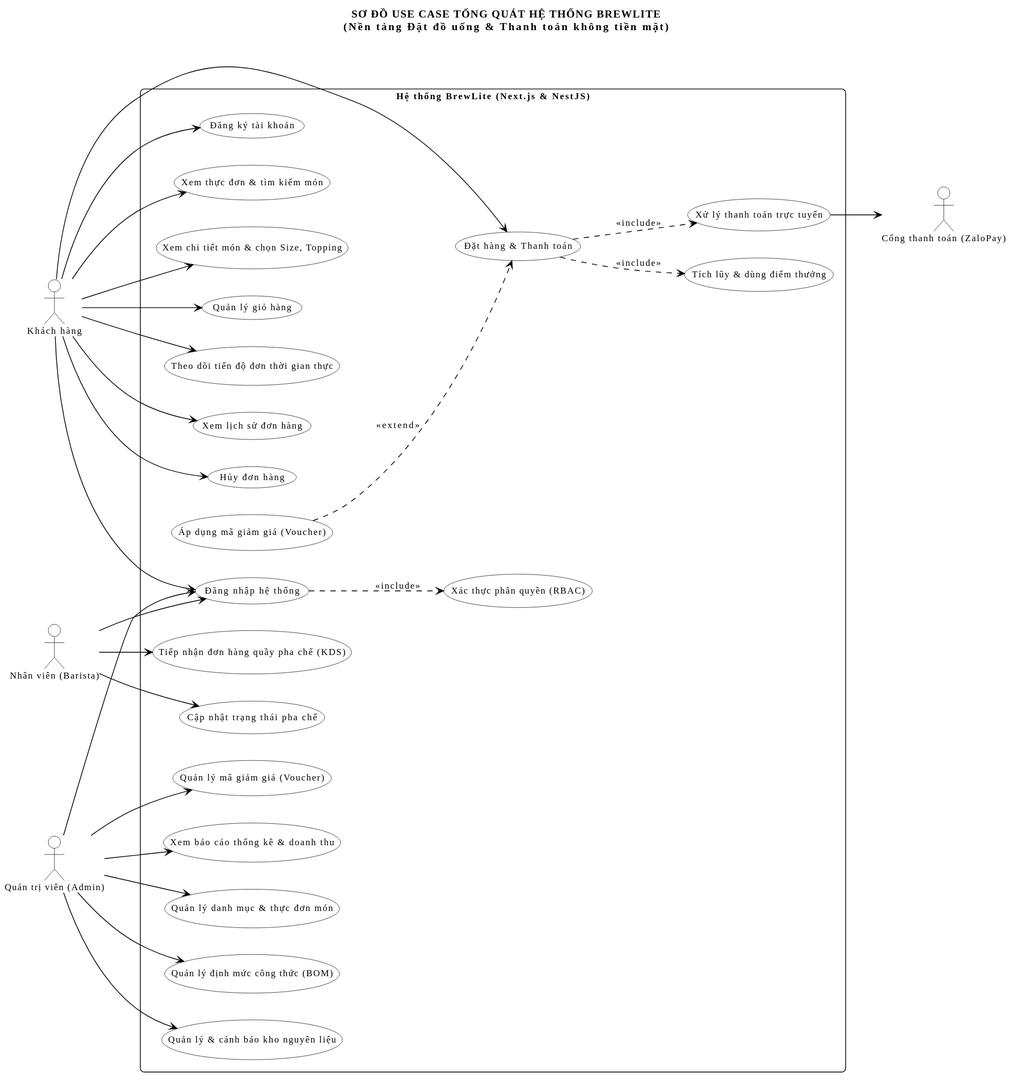
This is docs/diagrams/use-case.svg from MaGiaVy/BrewLite_project, a PlantUML export, as it was before one commit.
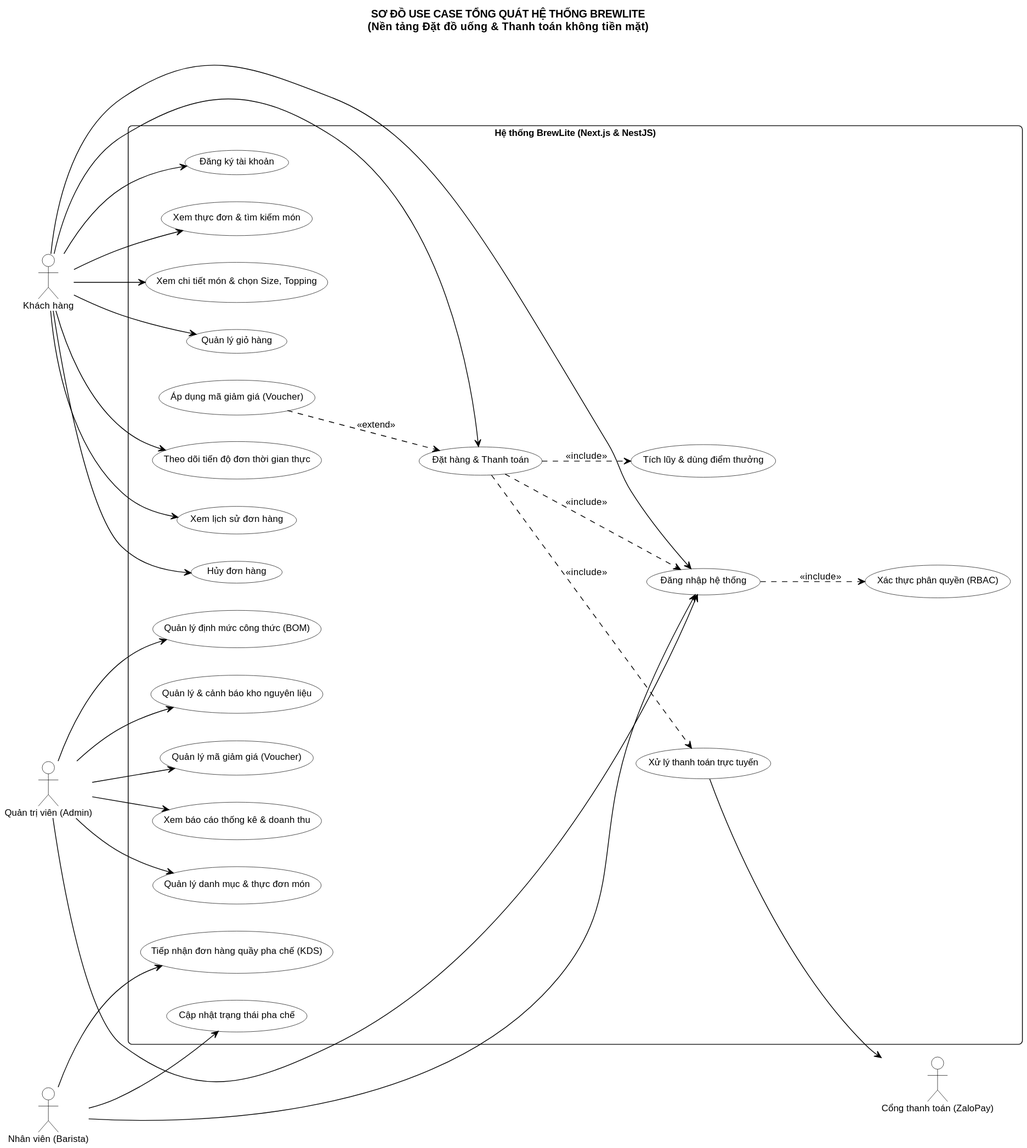
After the commit.

Commit message:
docs(use-case): bổ sung quan hệ include từ đặt hàng thanh toán sang đăng nhập hệ thống

Diff of the diagram source:
```diff
@@ -51,6 +51,7 @@
     usecase "Xem báo cáo thống kê & doanh thu" as UC_AdminReport
 
     UC_Login ..> UC_RBAC : <<include>>
+    UC_Checkout ..> UC_Login : <<include>>
     UC_Checkout ..> UC_Payment : <<include>>
     UC_Checkout ..> UC_Loyalty : <<include>>
     UC_Voucher ..> UC_Checkout : <<extend>>
```
